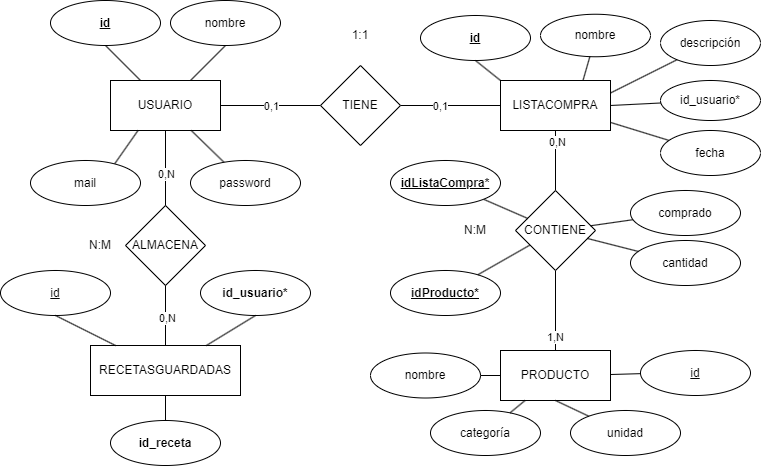
Before: docs/diagrama e-r.png, a diagram exported from draw.io (danisimmon/Kukit). Source tidied: cells renumbered, new cells last; positions are measured from the earlier drawing's top-left corner, leaving out a move shared by most shapes.
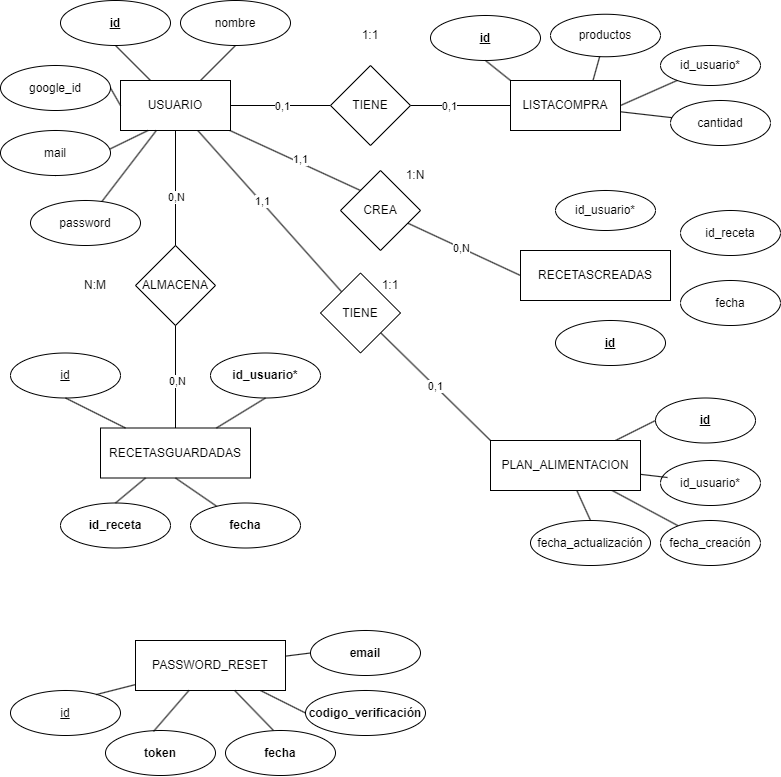
Above is the later version.

The edit, as a diff of the source:
```diff
@@ -1,4 +1,4 @@
-<mxGraphModel>
+<mxGraphModel background="#ffffff">
   <root>
     <mxCell id="0" />
     <mxCell id="1" parent="0" />
@@ -8,47 +8,43 @@
     <mxCell id="3" value="0,1" style="edgeLabel;html=1;align=center;verticalAlign=middle;" parent="2" vertex="1">
       <mxGeometry relative="1" as="geometry" />
     </mxCell>
+    <mxCell id="64" style="edgeStyle=none;html=1;entryX=0;entryY=0;entryDx=0;entryDy=0;endArrow=none;endFill=0;" parent="1" edge="1" source="4" target="85">
+      <mxGeometry relative="1" as="geometry" />
+    </mxCell>
+    <mxCell id="65" value="1,1" style="edgeLabel;html=1;align=center;verticalAlign=middle;" parent="64" vertex="1">
+      <mxGeometry x="0.04" y="4" relative="1" as="geometry" />
+    </mxCell>
+    <mxCell id="66" style="edgeStyle=none;html=1;endArrow=none;endFill=0;" parent="1" edge="1" source="4" target="88">
+      <mxGeometry relative="1" as="geometry" />
+    </mxCell>
+    <mxCell id="67" value="1,1" style="edgeLabel;html=1;align=center;verticalAlign=middle;" parent="66" vertex="1">
+      <mxGeometry x="-0.12" y="2" relative="1" as="geometry">
+        <mxPoint x="-1" as="offset" />
+      </mxGeometry>
+    </mxCell>
     <mxCell id="4" value="USUARIO" style="rounded=0;whiteSpace=wrap;html=1;" parent="1" vertex="1">
       <mxGeometry x="110" y="80" width="110" height="50" as="geometry" />
     </mxCell>
-    <mxCell id="5" style="edgeStyle=none;html=1;entryX=0.5;entryY=0;entryDx=0;entryDy=0;endArrow=none;endFill=0;" parent="1" edge="1" source="7" target="13">
-      <mxGeometry relative="1" as="geometry" />
-    </mxCell>
-    <mxCell id="6" value="0,N" style="edgeLabel;html=1;align=center;verticalAlign=middle;" parent="5" vertex="1">
-      <mxGeometry x="-0.64" y="1" relative="1" as="geometry" />
-    </mxCell>
     <mxCell id="7" value="LISTACOMPRA" style="rounded=0;whiteSpace=wrap;html=1;" parent="1" vertex="1">
       <mxGeometry x="500" y="80" width="110" height="50" as="geometry" />
     </mxCell>
-    <mxCell id="8" value="PRODUCTO" style="rounded=0;whiteSpace=wrap;html=1;" parent="1" vertex="1">
-      <mxGeometry x="500" y="350" width="110" height="50" as="geometry" />
-    </mxCell>
     <mxCell id="9" style="endArrow=none;html=1;entryX=0.5;entryY=1;entryDx=0;entryDy=0;" parent="1" edge="1" source="4" target="10">
       <mxGeometry relative="1" as="geometry" />
     </mxCell>
     <mxCell id="10" value="&lt;b&gt;&lt;u&gt;id&lt;/u&gt;&lt;/b&gt;" style="ellipse;whiteSpace=wrap;html=1;" parent="1" vertex="1">
       <mxGeometry x="50" width="110" height="45" as="geometry" />
     </mxCell>
-    <mxCell id="11" style="edgeStyle=none;html=1;entryX=0.5;entryY=0;entryDx=0;entryDy=0;endArrow=none;endFill=0;" parent="1" edge="1" source="13" target="8">
-      <mxGeometry relative="1" as="geometry" />
-    </mxCell>
-    <mxCell id="12" value="1,N" style="edgeLabel;html=1;align=center;verticalAlign=middle;" parent="11" vertex="1">
-      <mxGeometry x="0.64" y="-1" relative="1" as="geometry" />
-    </mxCell>
-    <mxCell id="13" value="CONTIENE" style="rhombus;whiteSpace=wrap;html=1;" parent="1" vertex="1">
-      <mxGeometry x="515" y="190" width="80" height="80" as="geometry" />
-    </mxCell>
     <mxCell id="14" style="endArrow=none;html=1;entryX=0.5;entryY=1;entryDx=0;entryDy=0;exitX=0.25;exitY=1;exitDx=0;exitDy=0;" parent="1" edge="1" source="4" target="15">
       <mxGeometry relative="1" as="geometry" />
     </mxCell>
     <mxCell id="15" value="mail" style="ellipse;whiteSpace=wrap;html=1;" parent="1" vertex="1">
-      <mxGeometry x="30" y="160" width="110" height="45" as="geometry" />
+      <mxGeometry x="-10" y="130" width="110" height="45" as="geometry" />
     </mxCell>
     <mxCell id="16" style="endArrow=none;html=1;" parent="1" edge="1" source="4" target="17">
       <mxGeometry relative="1" as="geometry" />
     </mxCell>
     <mxCell id="17" value="password" style="ellipse;whiteSpace=wrap;html=1;" parent="1" vertex="1">
-      <mxGeometry x="190" y="160" width="110" height="45" as="geometry" />
+      <mxGeometry x="20" y="200" width="110" height="45" as="geometry" />
     </mxCell>
     <mxCell id="18" style="edgeStyle=none;html=1;entryX=0;entryY=0.5;entryDx=0;entryDy=0;endArrow=none;endFill=0;" parent="1" edge="1" source="20" target="7">
       <mxGeometry relative="1" as="geometry" />
@@ -62,84 +58,27 @@
     <mxCell id="21" value="&lt;u&gt;&lt;b&gt;id&lt;/b&gt;&lt;/u&gt;" style="ellipse;whiteSpace=wrap;html=1;" parent="1" vertex="1">
       <mxGeometry x="420" y="15" width="110" height="45" as="geometry" />
     </mxCell>
-    <mxCell id="22" value="nombre" style="ellipse;whiteSpace=wrap;html=1;" parent="1" vertex="1">
+    <mxCell id="22" value="productos" style="ellipse;whiteSpace=wrap;html=1;" parent="1" vertex="1">
       <mxGeometry x="540" y="13.8" width="110" height="42.5" as="geometry" />
     </mxCell>
-    <mxCell id="23" value="descripción" style="ellipse;whiteSpace=wrap;html=1;" parent="1" vertex="1">
-      <mxGeometry x="660" y="20" width="100" height="45" as="geometry" />
-    </mxCell>
     <mxCell id="24" value="id_usuario*" style="ellipse;whiteSpace=wrap;html=1;" parent="1" vertex="1">
-      <mxGeometry x="660" y="80" width="100" height="40" as="geometry" />
+      <mxGeometry x="650" y="45" width="100" height="40" as="geometry" />
     </mxCell>
-    <mxCell id="25" value="&lt;u&gt;id&lt;/u&gt;" style="ellipse;whiteSpace=wrap;html=1;" parent="1" vertex="1">
-      <mxGeometry x="640" y="350" width="110" height="45" as="geometry" />
-    </mxCell>
-    <mxCell id="26" value="nombre" style="ellipse;whiteSpace=wrap;html=1;" parent="1" vertex="1">
-      <mxGeometry x="370" y="352.5" width="110" height="45" as="geometry" />
-    </mxCell>
-    <mxCell id="27" value="fecha" style="ellipse;whiteSpace=wrap;html=1;" parent="1" vertex="1">
-      <mxGeometry x="660" y="130" width="100" height="45" as="geometry" />
+    <mxCell id="27" value="cantidad" style="ellipse;whiteSpace=wrap;html=1;" parent="1" vertex="1">
+      <mxGeometry x="660" y="100" width="100" height="45" as="geometry" />
     </mxCell>
     <mxCell id="28" style="endArrow=none;html=1;exitX=0;exitY=0;exitDx=0;exitDy=0;entryX=0.5;entryY=1;entryDx=0;entryDy=0;" parent="1" edge="1" source="7" target="21">
       <mxGeometry relative="1" as="geometry" />
     </mxCell>
-    <mxCell id="29" style="endArrow=none;html=1;" parent="1" edge="1" source="26" target="8">
-      <mxGeometry relative="1" as="geometry" />
-    </mxCell>
     <mxCell id="30" style="endArrow=none;html=1;exitX=0.75;exitY=0;exitDx=0;exitDy=0;" parent="1" edge="1" source="7" target="22">
       <mxGeometry relative="1" as="geometry" />
     </mxCell>
-    <mxCell id="31" style="endArrow=none;html=1;exitX=1;exitY=0.25;exitDx=0;exitDy=0;" parent="1" edge="1" source="7" target="23">
-      <mxGeometry relative="1" as="geometry" />
-    </mxCell>
     <mxCell id="32" style="endArrow=none;html=1;exitX=1;exitY=0.5;exitDx=0;exitDy=0;" parent="1" edge="1" source="7" target="24">
       <mxGeometry relative="1" as="geometry" />
     </mxCell>
-    <mxCell id="33" value="categoría" style="ellipse;whiteSpace=wrap;html=1;" parent="1" vertex="1">
-      <mxGeometry x="430" y="410" width="110" height="45" as="geometry" />
-    </mxCell>
-    <mxCell id="34" style="endArrow=none;html=1;" parent="1" edge="1" source="33" target="8">
-      <mxGeometry relative="1" as="geometry" />
-    </mxCell>
-    <mxCell id="35" value="unidad" style="ellipse;whiteSpace=wrap;html=1;" parent="1" vertex="1">
-      <mxGeometry x="570" y="410" width="110" height="45" as="geometry" />
-    </mxCell>
-    <mxCell id="36" style="endArrow=none;html=1;entryX=0.5;entryY=1;entryDx=0;entryDy=0;" parent="1" edge="1" source="35" target="8">
-      <mxGeometry relative="1" as="geometry" />
-    </mxCell>
-    <mxCell id="37" style="endArrow=none;html=1;" parent="1" edge="1" source="25" target="8">
-      <mxGeometry relative="1" as="geometry" />
-    </mxCell>
     <mxCell id="38" style="edgeStyle=none;html=1;endArrow=none;endFill=0;" parent="1" edge="1" source="7" target="27">
       <mxGeometry relative="1" as="geometry" />
     </mxCell>
-    <mxCell id="39" value="&lt;span style=&quot;background-color: light-dark(#ffffff, var(--ge-dark-color, #121212));&quot;&gt;N:M&lt;/span&gt;" style="text;html=1;align=center;verticalAlign=middle;whiteSpace=wrap;rounded=0;" parent="1" vertex="1">
-      <mxGeometry x="445" y="215" width="60" height="30" as="geometry" />
-    </mxCell>
-    <mxCell id="40" style="endArrow=none;html=1;" parent="1" edge="1" source="13" target="41">
-      <mxGeometry relative="1" as="geometry" />
-    </mxCell>
-    <mxCell id="41" value="&lt;u&gt;&lt;b&gt;idListaCompra*&lt;/b&gt;&lt;/u&gt;" style="ellipse;whiteSpace=wrap;html=1;" parent="1" vertex="1">
-      <mxGeometry x="390" y="160" width="110" height="45" as="geometry" />
-    </mxCell>
-    <mxCell id="42" value="&lt;u&gt;&lt;b&gt;idProducto*&lt;/b&gt;&lt;/u&gt;" style="ellipse;whiteSpace=wrap;html=1;" parent="1" vertex="1">
-      <mxGeometry x="390" y="270" width="110" height="45" as="geometry" />
-    </mxCell>
-    <mxCell id="43" style="endArrow=none;html=1;" parent="1" edge="1" source="13" target="42">
-      <mxGeometry relative="1" as="geometry" />
-    </mxCell>
-    <mxCell id="44" value="cantidad" style="ellipse;whiteSpace=wrap;html=1;" parent="1" vertex="1">
-      <mxGeometry x="630" y="240" width="110" height="45" as="geometry" />
-    </mxCell>
-    <mxCell id="45" style="endArrow=none;html=1;" parent="1" edge="1" source="44" target="13">
-      <mxGeometry relative="1" as="geometry" />
-    </mxCell>
-    <mxCell id="46" value="comprado" style="ellipse;whiteSpace=wrap;html=1;" parent="1" vertex="1">
-      <mxGeometry x="630" y="190" width="110" height="45" as="geometry" />
-    </mxCell>
-    <mxCell id="47" style="endArrow=none;html=1;" parent="1" edge="1" source="46" target="13">
-      <mxGeometry relative="1" as="geometry" />
-    </mxCell>
     <mxCell id="48" value="nombre" style="ellipse;whiteSpace=wrap;html=1;" parent="1" vertex="1">
       <mxGeometry x="170" width="110" height="45" as="geometry" />
     </mxCell>
@@ -147,16 +86,16 @@
       <mxGeometry relative="1" as="geometry" />
     </mxCell>
     <mxCell id="50" value="RECETASGUARDADAS" style="rounded=0;whiteSpace=wrap;html=1;" parent="1" vertex="1">
-      <mxGeometry x="90" y="345" width="150" height="50" as="geometry" />
+      <mxGeometry x="90" y="427.5" width="150" height="50" as="geometry" />
     </mxCell>
     <mxCell id="51" value="&lt;u&gt;id&lt;/u&gt;" style="ellipse;whiteSpace=wrap;html=1;" parent="1" vertex="1">
-      <mxGeometry y="270" width="110" height="45" as="geometry" />
+      <mxGeometry y="352.5" width="110" height="45" as="geometry" />
     </mxCell>
     <mxCell id="52" value="&lt;b&gt;id_usuario*&lt;/b&gt;" style="ellipse;whiteSpace=wrap;html=1;" parent="1" vertex="1">
-      <mxGeometry x="200" y="270" width="110" height="45" as="geometry" />
+      <mxGeometry x="200" y="352.5" width="110" height="45" as="geometry" />
     </mxCell>
     <mxCell id="53" value="&lt;b&gt;id_receta&lt;/b&gt;" style="ellipse;whiteSpace=wrap;html=1;" parent="1" vertex="1">
-      <mxGeometry x="110" y="420" width="110" height="45" as="geometry" />
+      <mxGeometry x="50" y="502.5" width="110" height="45" as="geometry" />
     </mxCell>
     <mxCell id="54" style="endArrow=none;html=1;entryX=0.5;entryY=1;entryDx=0;entryDy=0;" parent="1" edge="1" source="50" target="51">
       <mxGeometry relative="1" as="geometry" />
@@ -168,7 +107,7 @@
       <mxGeometry relative="1" as="geometry" />
     </mxCell>
     <mxCell id="57" value="ALMACENA" style="rhombus;whiteSpace=wrap;html=1;" parent="1" vertex="1">
-      <mxGeometry x="125" y="205" width="80" height="80" as="geometry" />
+      <mxGeometry x="125" y="245" width="80" height="80" as="geometry" />
     </mxCell>
     <mxCell id="58" style="endArrow=none;html=1;entryX=0.5;entryY=0;entryDx=0;entryDy=0;exitX=0.5;exitY=1;exitDx=0;exitDy=0;" parent="1" edge="1" source="4" target="57">
       <mxGeometry relative="1" as="geometry" />
@@ -183,10 +122,123 @@
       <mxGeometry x="0.07" y="1" relative="1" as="geometry" />
     </mxCell>
     <mxCell id="62" value="&lt;span style=&quot;background-color: light-dark(#ffffff, var(--ge-dark-color, #121212));&quot;&gt;N:M&lt;/span&gt;" style="text;html=1;align=center;verticalAlign=middle;whiteSpace=wrap;rounded=0;" parent="1" vertex="1">
-      <mxGeometry x="70" y="230" width="60" height="30" as="geometry" />
+      <mxGeometry x="55" y="270" width="60" height="30" as="geometry" />
     </mxCell>
     <mxCell id="63" value="&lt;span style=&quot;background-color: light-dark(#ffffff, var(--ge-dark-color, #121212));&quot;&gt;1:1&lt;/span&gt;" style="text;html=1;align=center;verticalAlign=middle;whiteSpace=wrap;rounded=0;" parent="1" vertex="1">
       <mxGeometry x="330" y="20" width="60" height="30" as="geometry" />
     </mxCell>
+    <mxCell id="68" style="edgeStyle=none;html=1;entryX=0.5;entryY=1;entryDx=0;entryDy=0;endArrow=none;endFill=0;" parent="1" edge="1" source="69" target="50">
+      <mxGeometry relative="1" as="geometry" />
+    </mxCell>
+    <mxCell id="69" value="&lt;b&gt;fecha&lt;/b&gt;" style="ellipse;whiteSpace=wrap;html=1;" parent="1" vertex="1">
+      <mxGeometry x="180" y="502.5" width="110" height="45" as="geometry" />
+    </mxCell>
+    <mxCell id="70" style="edgeStyle=none;html=1;exitX=1;exitY=0.5;exitDx=0;exitDy=0;entryX=0;entryY=0.5;entryDx=0;entryDy=0;endArrow=none;endFill=0;" parent="1" edge="1" source="71" target="4">
+      <mxGeometry relative="1" as="geometry" />
+    </mxCell>
+    <mxCell id="71" value="google_id" style="ellipse;whiteSpace=wrap;html=1;" parent="1" vertex="1">
+      <mxGeometry x="-10" y="65" width="110" height="45" as="geometry" />
+    </mxCell>
+    <mxCell id="72" style="edgeStyle=none;html=1;entryX=0;entryY=0.5;entryDx=0;entryDy=0;endArrow=none;endFill=0;" parent="1" edge="1" source="74" target="75">
+      <mxGeometry relative="1" as="geometry" />
+    </mxCell>
+    <mxCell id="73" style="edgeStyle=none;html=1;entryX=0;entryY=0.5;entryDx=0;entryDy=0;endArrow=none;endFill=0;" parent="1" edge="1" source="74" target="78">
+      <mxGeometry relative="1" as="geometry" />
+    </mxCell>
+    <mxCell id="74" value="PASSWORD_RESET" style="rounded=0;whiteSpace=wrap;html=1;" parent="1" vertex="1">
+      <mxGeometry x="125" y="640" width="150" height="50" as="geometry" />
+    </mxCell>
+    <mxCell id="75" value="&lt;b&gt;email&lt;/b&gt;" style="ellipse;whiteSpace=wrap;html=1;" parent="1" vertex="1">
+      <mxGeometry x="300" y="630" width="110" height="45" as="geometry" />
+    </mxCell>
+    <mxCell id="25" value="&lt;u&gt;id&lt;/u&gt;" style="ellipse;whiteSpace=wrap;html=1;" parent="1" vertex="1">
+      <mxGeometry y="690" width="110" height="45" as="geometry" />
+    </mxCell>
+    <mxCell id="76" value="&lt;b&gt;token&lt;/b&gt;" style="ellipse;whiteSpace=wrap;html=1;" parent="1" vertex="1">
+      <mxGeometry x="95" y="730" width="110" height="45" as="geometry" />
+    </mxCell>
+    <mxCell id="77" value="&lt;b&gt;fecha&lt;/b&gt;" style="ellipse;whiteSpace=wrap;html=1;" parent="1" vertex="1">
+      <mxGeometry x="215" y="730" width="110" height="45" as="geometry" />
+    </mxCell>
+    <mxCell id="78" value="&lt;b&gt;codigo_verificación&lt;/b&gt;" style="ellipse;whiteSpace=wrap;html=1;" parent="1" vertex="1">
+      <mxGeometry x="295" y="690" width="120" height="45" as="geometry" />
+    </mxCell>
+    <mxCell id="79" value="RECETASCREADAS" style="rounded=0;whiteSpace=wrap;html=1;" parent="1" vertex="1">
+      <mxGeometry x="510" y="250" width="150" height="50" as="geometry" />
+    </mxCell>
+    <mxCell id="80" value="&lt;b&gt;&lt;u&gt;id&lt;/u&gt;&lt;/b&gt;" style="ellipse;whiteSpace=wrap;html=1;" parent="1" vertex="1">
+      <mxGeometry x="545" y="320" width="110" height="45" as="geometry" />
+    </mxCell>
+    <mxCell id="81" value="id_usuario*" style="ellipse;whiteSpace=wrap;html=1;" parent="1" vertex="1">
+      <mxGeometry x="545" y="190" width="100" height="40" as="geometry" />
+    </mxCell>
+    <mxCell id="82" value="id_receta" style="ellipse;whiteSpace=wrap;html=1;" parent="1" vertex="1">
+      <mxGeometry x="670" y="210" width="100" height="45" as="geometry" />
+    </mxCell>
+    <mxCell id="83" value="fecha" style="ellipse;whiteSpace=wrap;html=1;" parent="1" vertex="1">
+      <mxGeometry x="670" y="280" width="100" height="45" as="geometry" />
+    </mxCell>
+    <mxCell id="84" style="edgeStyle=none;html=1;entryX=0;entryY=0.5;entryDx=0;entryDy=0;endArrow=none;endFill=0;" parent="1" edge="1" source="85" target="79">
+      <mxGeometry relative="1" as="geometry" />
+    </mxCell>
+    <mxCell id="6" value="0,N" style="edgeLabel;html=1;align=center;verticalAlign=middle;" parent="84" vertex="1">
+      <mxGeometry x="-0.07" relative="1" as="geometry" />
+    </mxCell>
+    <mxCell id="85" value="CREA" style="rhombus;whiteSpace=wrap;html=1;" parent="1" vertex="1">
+      <mxGeometry x="330" y="170" width="80" height="80" as="geometry" />
+    </mxCell>
+    <mxCell id="86" style="edgeStyle=none;html=1;endArrow=none;endFill=0;entryX=0;entryY=0;entryDx=0;entryDy=0;" parent="1" edge="1" source="88" target="92">
+      <mxGeometry relative="1" as="geometry" />
+    </mxCell>
+    <mxCell id="87" value="0,1" style="edgeLabel;html=1;align=center;verticalAlign=middle;" parent="86" vertex="1">
+      <mxGeometry x="-0.02" relative="1" as="geometry" />
+    </mxCell>
+    <mxCell id="88" value="TIENE" style="rhombus;whiteSpace=wrap;html=1;" parent="1" vertex="1">
+      <mxGeometry x="310" y="272.5" width="80" height="80" as="geometry" />
+    </mxCell>
+    <mxCell id="89" style="edgeStyle=none;html=1;entryX=0.5;entryY=0;entryDx=0;entryDy=0;endArrow=none;endFill=0;" parent="1" edge="1" source="92" target="96">
+      <mxGeometry relative="1" as="geometry" />
+    </mxCell>
+    <mxCell id="90" style="edgeStyle=none;html=1;endArrow=none;endFill=0;" parent="1" edge="1" source="92" target="95">
+      <mxGeometry relative="1" as="geometry" />
+    </mxCell>
+    <mxCell id="91" style="edgeStyle=none;html=1;entryX=0;entryY=0.5;entryDx=0;entryDy=0;endArrow=none;endFill=0;" parent="1" edge="1" source="92" target="93">
+      <mxGeometry relative="1" as="geometry" />
+    </mxCell>
+    <mxCell id="92" value="PLAN_ALIMENTACION" style="rounded=0;whiteSpace=wrap;html=1;" parent="1" vertex="1">
+      <mxGeometry x="480" y="440" width="150" height="50" as="geometry" />
+    </mxCell>
+    <mxCell id="93" value="&lt;b&gt;&lt;u&gt;id&lt;/u&gt;&lt;/b&gt;" style="ellipse;whiteSpace=wrap;html=1;" parent="1" vertex="1">
+      <mxGeometry x="645" y="397.5" width="100" height="45" as="geometry" />
+    </mxCell>
+    <mxCell id="94" value="id_usuario*" style="ellipse;whiteSpace=wrap;html=1;" parent="1" vertex="1">
+      <mxGeometry x="650" y="460" width="100" height="45" as="geometry" />
+    </mxCell>
+    <mxCell id="95" value="fecha_creación" style="ellipse;whiteSpace=wrap;html=1;" parent="1" vertex="1">
+      <mxGeometry x="650" y="520" width="100" height="45" as="geometry" />
+    </mxCell>
+    <mxCell id="96" value="fecha_actualización" style="ellipse;whiteSpace=wrap;html=1;" parent="1" vertex="1">
+      <mxGeometry x="520" y="520" width="120" height="45" as="geometry" />
+    </mxCell>
+    <mxCell id="97" style="edgeStyle=none;html=1;endArrow=none;endFill=0;" parent="1" edge="1" source="74">
+      <mxGeometry relative="1" as="geometry">
+        <mxPoint x="263" y="730" as="targetPoint" />
+      </mxGeometry>
+    </mxCell>
+    <mxCell id="98" style="edgeStyle=none;html=1;entryX=0.436;entryY=0.022;entryDx=0;entryDy=0;entryPerimeter=0;endArrow=none;endFill=0;" parent="1" edge="1" source="74" target="76">
+      <mxGeometry relative="1" as="geometry" />
+    </mxCell>
+    <mxCell id="99" style="edgeStyle=none;html=1;entryX=0.782;entryY=0.089;entryDx=0;entryDy=0;entryPerimeter=0;endArrow=none;endFill=0;" parent="1" edge="1" source="74" target="25">
+      <mxGeometry relative="1" as="geometry" />
+    </mxCell>
+    <mxCell id="100" style="edgeStyle=none;html=1;entryX=0.07;entryY=0.378;entryDx=0;entryDy=0;entryPerimeter=0;endArrow=none;endFill=0;" parent="1" edge="1" source="92" target="94">
+      <mxGeometry relative="1" as="geometry" />
+    </mxCell>
+    <mxCell id="101" value="&lt;span style=&quot;background-color: light-dark(#ffffff, var(--ge-dark-color, #121212));&quot;&gt;1:N&lt;/span&gt;" style="text;html=1;align=center;verticalAlign=middle;whiteSpace=wrap;rounded=0;" parent="1" vertex="1">
+      <mxGeometry x="375" y="160" width="60" height="30" as="geometry" />
+    </mxCell>
+    <mxCell id="102" value="&lt;span style=&quot;background-color: light-dark(#ffffff, var(--ge-dark-color, #121212));&quot;&gt;1:1&lt;/span&gt;" style="text;html=1;align=center;verticalAlign=middle;whiteSpace=wrap;rounded=0;" parent="1" vertex="1">
+      <mxGeometry x="350" y="270" width="60" height="30" as="geometry" />
+    </mxCell>
   </root>
 </mxGraphModel>
```
